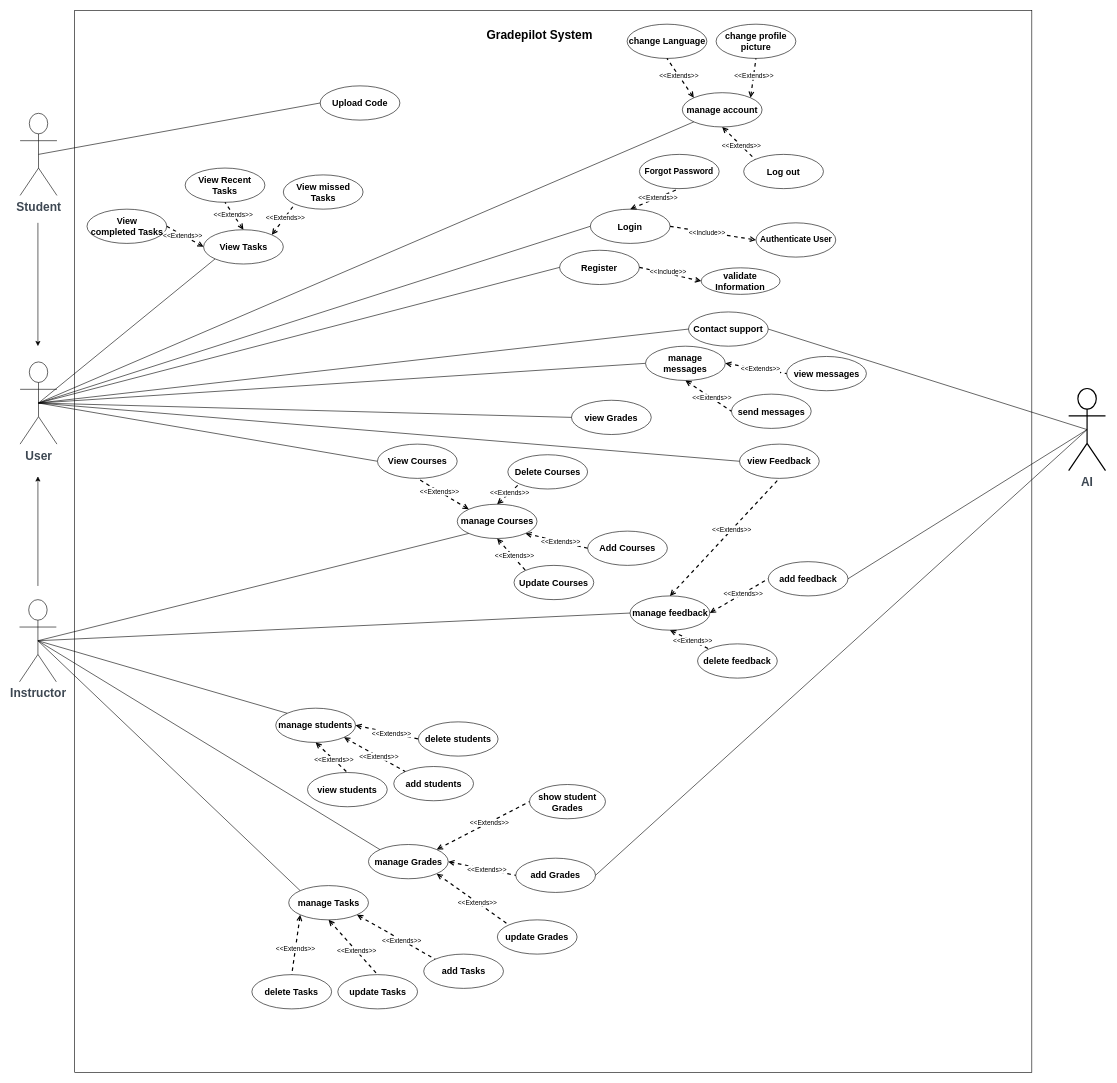
Above: page "Page-2" (1 of 2) of usecase Diagram.drawio in Nawaf9529/project-diagrams-1 (draw.io), before the change. Source tidied: cells renumbered, new cells numbered last; positions are measured from the earlier drawing's top-left corner, leaving out a move shared by most shapes. Both pictures are drawn from the tidied source at 60%, with x=0, y=0 at pixel (19, 10).
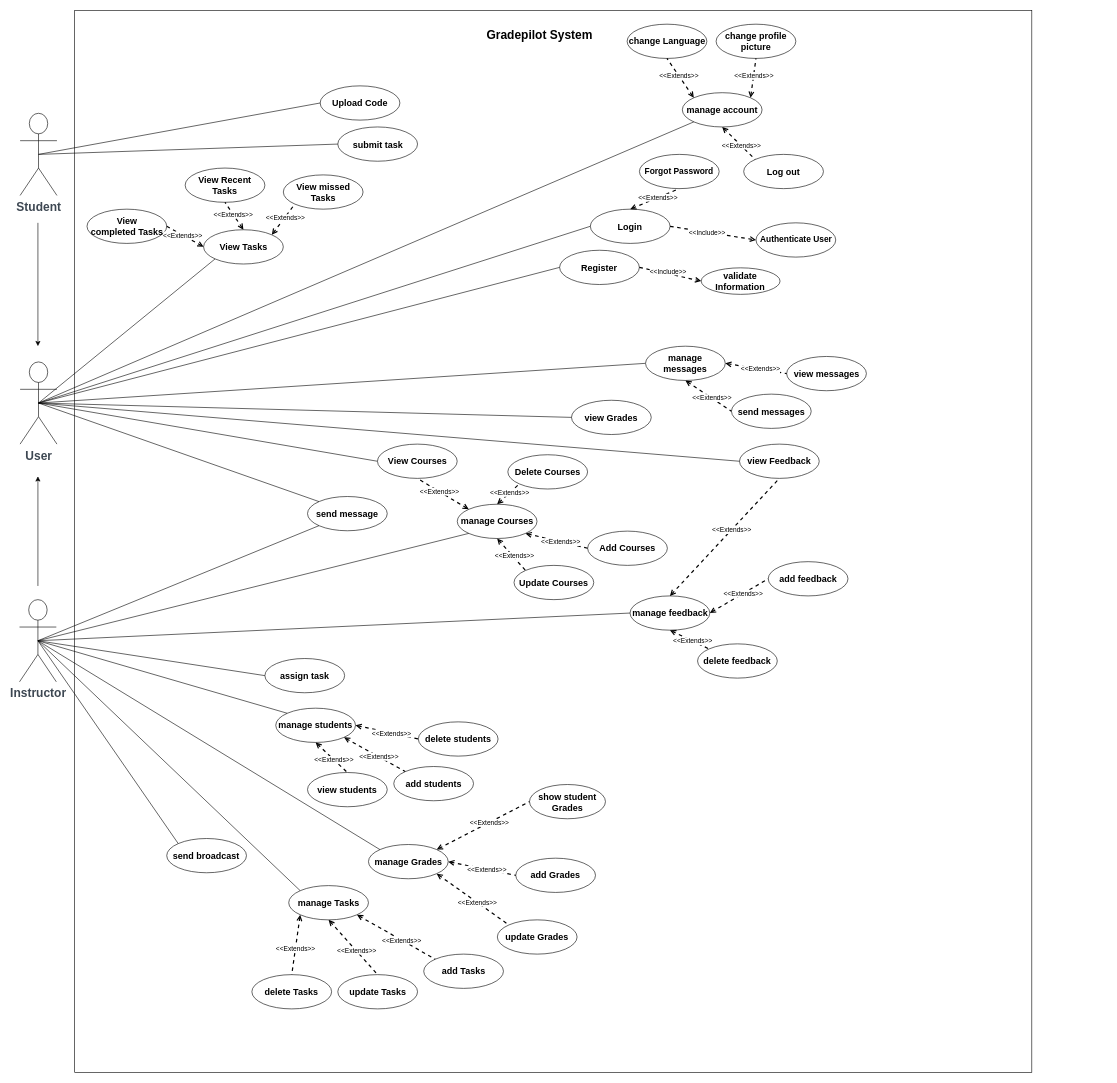
After the change.

Unchanged cells that the change refers to:
```xml
<mxCell id="3" value="&lt;span style=&quot;color: rgb(61, 71, 82); font-size: 20px; text-wrap: wrap;&quot;&gt;Instructor&lt;/span&gt;" style="shape=umlActor;verticalLabelPosition=bottom;verticalAlign=top;html=1;outlineConnect=0;fontSize=20;fontStyle=1;" parent="1" vertex="1">
  <mxGeometry y="981.9" width="61.4" height="137" as="geometry" />
</mxCell>
<mxCell id="4" value="&lt;span style=&quot;color: rgb(61, 71, 82); font-size: 20px; text-wrap: wrap;&quot;&gt;Student&lt;/span&gt;" style="shape=umlActor;verticalLabelPosition=bottom;verticalAlign=top;html=1;outlineConnect=0;fontSize=20;fontStyle=1;" parent="1" vertex="1">
  <mxGeometry x="1" y="171.3" width="61.4" height="137" as="geometry" />
</mxCell>
<mxCell id="5" value="&lt;span style=&quot;color: rgb(61, 71, 82); font-size: 20px; text-wrap: wrap;&quot;&gt;User&lt;/span&gt;" style="shape=umlActor;verticalLabelPosition=bottom;verticalAlign=top;html=1;outlineConnect=0;fontSize=20;fontStyle=1;" parent="1" vertex="1">
  <mxGeometry x="1" y="585.7" width="61.4" height="137" as="geometry" />
</mxCell>
<mxCell id="70" value="&lt;font style=&quot;font-size: 15px;&quot;&gt;&lt;b&gt;add feedback&lt;/b&gt;&lt;/font&gt;" style="ellipse;whiteSpace=wrap;html=1;fillColor=default;" parent="1" vertex="1">
  <mxGeometry x="1247.9" y="918.6" width="132.9" height="57.1" as="geometry" />
</mxCell>
<mxCell id="78" value="&lt;font style=&quot;font-size: 15px;&quot;&gt;&lt;b&gt;add Grades&lt;/b&gt;&lt;/font&gt;" style="ellipse;whiteSpace=wrap;html=1;fillColor=default;" parent="1" vertex="1">
  <mxGeometry x="827.1" y="1412.8" width="132.9" height="57.1" as="geometry" />
</mxCell>
```

Change to the diagram source:
```diff
@@
-    <mxCell id="6" value="&lt;span style=&quot;color: rgb(61, 71, 82); font-size: 20px; text-wrap: wrap;&quot;&gt;AI&lt;/span&gt;" style="shape=umlActor;verticalLabelPosition=bottom;verticalAlign=top;html=1;outlineConnect=0;strokeWidth=2;fontSize=20;fontStyle=1;" parent="1" vertex="1">
-      <mxGeometry x="1748.6" y="630" width="61.4" height="137" as="geometry" />
-    </mxCell>
@@
-    <mxCell id="30" value="&lt;font style=&quot;font-size: 15px;&quot;&gt;&lt;b&gt;Contact support&lt;/b&gt;&lt;/font&gt;" style="ellipse;whiteSpace=wrap;html=1;fillColor=default;" parent="1" vertex="1">
-      <mxGeometry x="1115" y="502.4" width="132.9" height="57.1" as="geometry" />
-    </mxCell>
-    <mxCell id="31" style="endArrow=none;html=1;rounded=0;entryX=0;entryY=0.5;entryDx=0;entryDy=0;exitX=0.5;exitY=0.5;exitDx=0;exitDy=0;exitPerimeter=0;" parent="1" edge="1" source="5" target="30">
-      <mxGeometry relative="1" as="geometry" />
-    </mxCell>
-    <mxCell id="32" style="endArrow=none;html=1;rounded=0;entryX=0.5;entryY=0.5;entryDx=0;entryDy=0;exitX=1;exitY=0.5;exitDx=0;exitDy=0;entryPerimeter=0;" parent="1" edge="1" source="30" target="6">
-      <mxGeometry relative="1" as="geometry" />
-    </mxCell>
@@
-    <mxCell id="76" style="endArrow=none;html=1;rounded=0;exitX=1;exitY=0.5;exitDx=0;exitDy=0;entryX=0.5;entryY=0.5;entryDx=0;entryDy=0;entryPerimeter=0;" parent="1" edge="1" source="70" target="6">
-      <mxGeometry relative="1" as="geometry" />
-    </mxCell>
@@
-    <mxCell id="84" style="endArrow=none;html=1;rounded=0;exitX=1;exitY=0.5;exitDx=0;exitDy=0;entryX=0.5;entryY=0.5;entryDx=0;entryDy=0;entryPerimeter=0;" parent="1" edge="1" source="78" target="6">
-      <mxGeometry relative="1" as="geometry" />
-    </mxCell>
@@
+    <mxCell id="122" value="&lt;font style=&quot;font-size: 15px;&quot;&gt;&lt;b&gt;send message&lt;/b&gt;&lt;/font&gt;" style="ellipse;whiteSpace=wrap;html=1;fillColor=default;" parent="1" vertex="1">
+      <mxGeometry x="480" y="810" width="132.9" height="57.1" as="geometry" />
+    </mxCell>
+    <mxCell id="123" style="endArrow=none;html=1;rounded=0;entryX=0;entryY=1;entryDx=0;entryDy=0;exitX=0.5;exitY=0.5;exitDx=0;exitDy=0;exitPerimeter=0;" parent="1" edge="1" source="3" target="122">
+      <mxGeometry relative="1" as="geometry" />
+    </mxCell>
+    <mxCell id="124" style="endArrow=none;html=1;rounded=0;entryX=0;entryY=0;entryDx=0;entryDy=0;exitX=0.5;exitY=0.5;exitDx=0;exitDy=0;exitPerimeter=0;" parent="1" edge="1" source="5" target="122">
+      <mxGeometry relative="1" as="geometry" />
+    </mxCell>
+    <mxCell id="125" value="&lt;font style=&quot;font-size: 15px;&quot;&gt;&lt;b&gt;send&amp;nbsp;&lt;/b&gt;&lt;/font&gt;&lt;span style=&quot;font-size: 15px;&quot;&gt;&lt;b&gt;broadcast&lt;/b&gt;&lt;/span&gt;" style="ellipse;whiteSpace=wrap;html=1;fillColor=default;" parent="1" vertex="1">
+      <mxGeometry x="245.4" y="1380" width="132.9" height="57.1" as="geometry" />
+    </mxCell>
+    <mxCell id="126" style="endArrow=none;html=1;rounded=0;entryX=0;entryY=0;entryDx=0;entryDy=0;exitX=0.5;exitY=0.5;exitDx=0;exitDy=0;exitPerimeter=0;" parent="1" edge="1" source="3" target="125">
+      <mxGeometry relative="1" as="geometry" />
+    </mxCell>
+    <mxCell id="127" value="&lt;span style=&quot;font-size: 15px;&quot;&gt;&lt;b&gt;assign task&lt;/b&gt;&lt;/span&gt;" style="ellipse;whiteSpace=wrap;html=1;fillColor=default;" parent="1" vertex="1">
+      <mxGeometry x="409" y="1080" width="132.9" height="57.1" as="geometry" />
+    </mxCell>
+    <mxCell id="128" style="endArrow=none;html=1;rounded=0;entryX=0;entryY=0.5;entryDx=0;entryDy=0;exitX=0.5;exitY=0.5;exitDx=0;exitDy=0;exitPerimeter=0;" parent="1" edge="1" source="3" target="127">
+      <mxGeometry relative="1" as="geometry" />
+    </mxCell>
+    <mxCell id="129" value="&lt;span style=&quot;font-size: 15px;&quot;&gt;&lt;b&gt;submit task&lt;/b&gt;&lt;/span&gt;" style="ellipse;whiteSpace=wrap;html=1;fillColor=default;" parent="1" vertex="1">
+      <mxGeometry x="530.5" y="194.1" width="132.9" height="57.1" as="geometry" />
+    </mxCell>
+    <mxCell id="130" style="endArrow=none;html=1;rounded=0;entryX=0;entryY=0.5;entryDx=0;entryDy=0;exitX=0.5;exitY=0.5;exitDx=0;exitDy=0;exitPerimeter=0;" parent="1" edge="1" source="4" target="129">
+      <mxGeometry relative="1" as="geometry" />
+    </mxCell>
```
